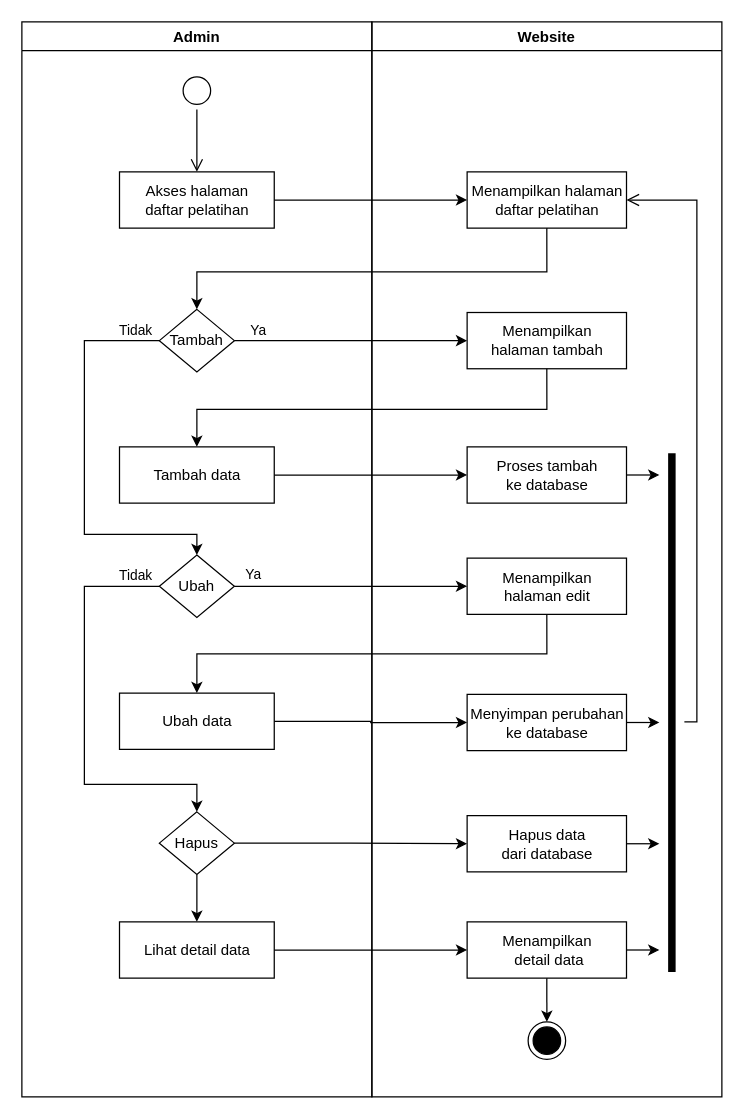
Before: Dokumen TA/Diagram/activity_diagram/admin/admin manajemen pelatihan.drawio in secondline16/ptsuryasafetynusantara, a draw.io diagram. Source tidied: cells renumbered, new cells numbered last; positions are measured from the earlier drawing's top-left corner, leaving out a move shared by most shapes. Both pictures are drawn from the tidied source at 125%, with x=0, y=0 at pixel (21, 21).
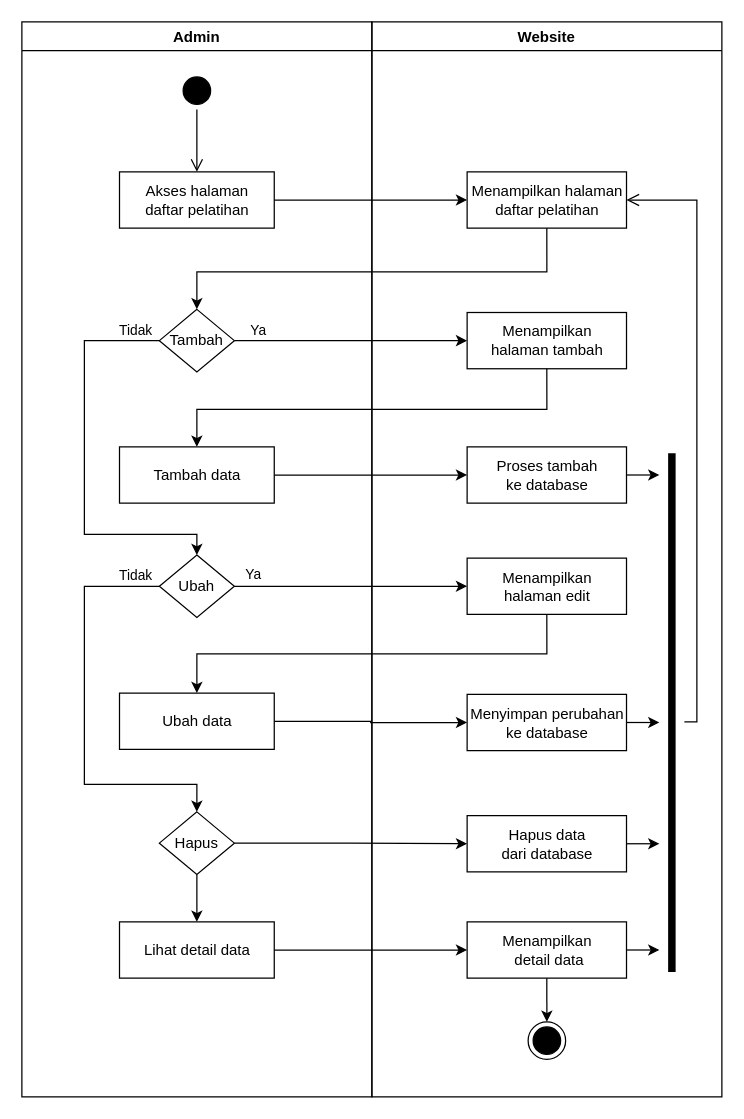
The same diagram, later.

Unchanged cells that the change refers to:
```xml
<mxCell id="14" value="Admin" style="swimlane;fillColor=none;" parent="1" vertex="1">
  <mxGeometry width="280" height="860" as="geometry" />
</mxCell>
```

Change to the diagram source:
```diff
@@
-    <mxCell id="15" style="ellipse;html=1;shape=startState;fillColor=default;strokeColor=#000000;" parent="14" vertex="1">
+    <mxCell id="15" style="ellipse;html=1;shape=startState;fillColor=#000000;strokeColor=#000000;" parent="14" vertex="1">
       <mxGeometry x="125" y="40" width="30" height="30" as="geometry" />
     </mxCell>
```
